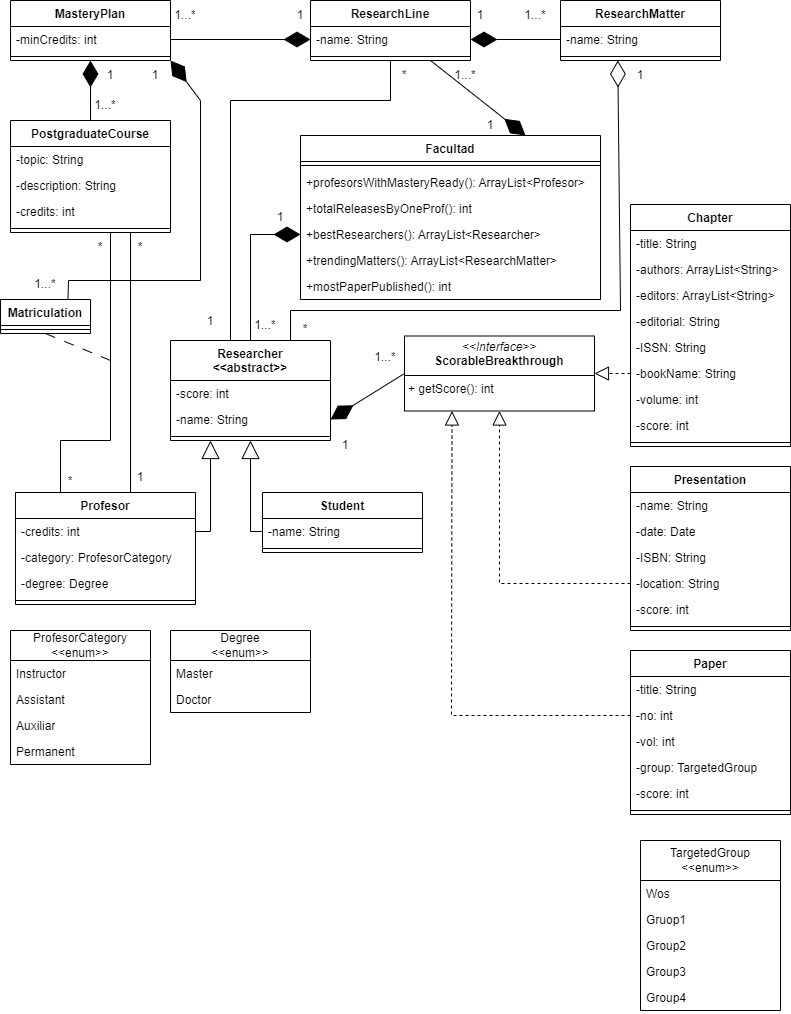
Earlier version of the draw.io export dpoo_final_project_diagram.drawio.png (mbrianp05/dpoo-final-project). Source tidied: cells renumbered, new cells last; positions are measured from the earlier drawing's top-left corner, leaving out a move shared by most shapes.
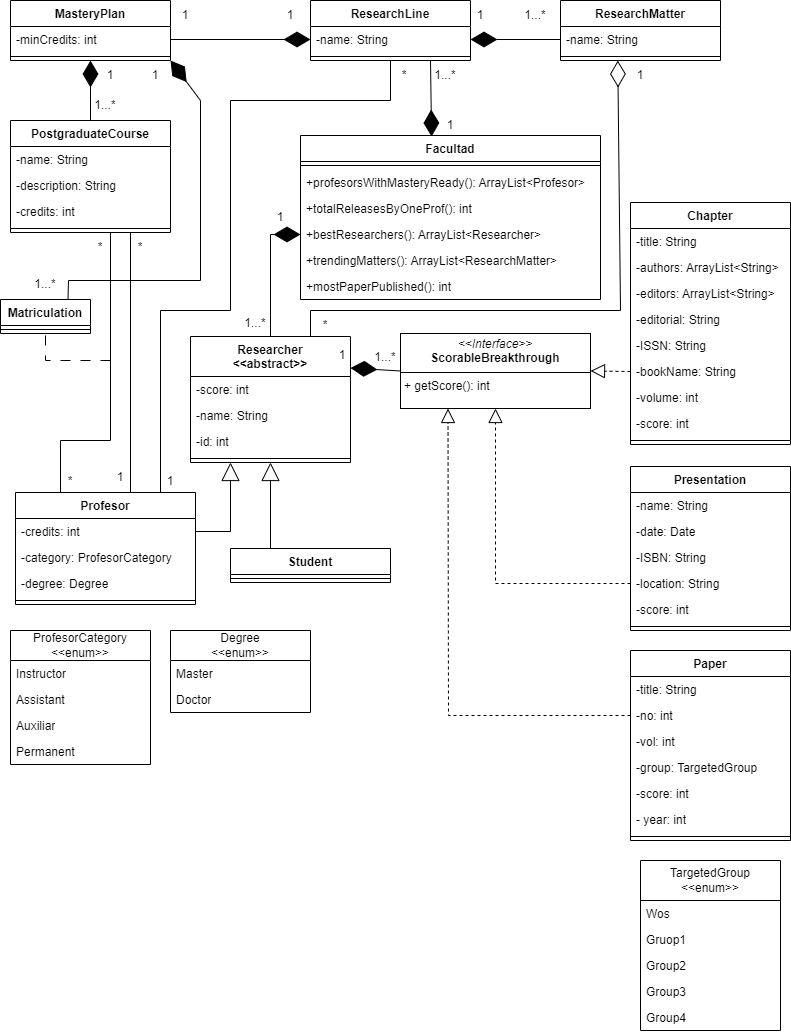
The same file after the commit.

Commit message:
Update classes diagram

What changed in the source:
```diff
@@ -42,7 +42,7 @@
       <mxGeometry y="52" width="160" height="8" as="geometry" />
     </mxCell>
     <mxCell id="15" value="Researcher&lt;div&gt;&amp;lt;&amp;lt;abstract&amp;gt;&amp;gt;&lt;/div&gt;" style="swimlane;fontStyle=1;align=center;verticalAlign=top;horizontal=1;startSize=40;whiteSpace=wrap;html=1;" parent="1" vertex="1">
-      <mxGeometry x="170" y="340" width="160" height="100" as="geometry" />
+      <mxGeometry x="190" y="336" width="160" height="126" as="geometry" />
     </mxCell>
     <mxCell id="16" value="-score: int" style="text;strokeColor=none;fillColor=none;align=left;verticalAlign=top;spacingLeft=4;spacingRight=4;overflow=hidden;whiteSpace=wrap;html=1;" parent="15" vertex="1">
       <mxGeometry y="40" width="160" height="26" as="geometry" />
@@ -50,17 +50,17 @@
     <mxCell id="17" value="-name: String" style="text;strokeColor=none;fillColor=none;align=left;verticalAlign=top;spacingLeft=4;spacingRight=4;overflow=hidden;points=[[0,0.5],[1,0.5]];portConstraint=eastwest;whiteSpace=wrap;html=1;" parent="15" vertex="1">
       <mxGeometry y="66" width="160" height="26" as="geometry" />
     </mxCell>
+    <mxCell id="115" value="-id: int" style="text;strokeColor=none;fillColor=none;align=left;verticalAlign=top;spacingLeft=4;spacingRight=4;overflow=hidden;whiteSpace=wrap;html=1;" parent="15" vertex="1">
+      <mxGeometry y="92" width="160" height="26" as="geometry" />
+    </mxCell>
     <mxCell id="18" style="line;strokeWidth=1;fillColor=none;align=left;verticalAlign=middle;spacingTop=-1;spacingLeft=3;spacingRight=3;labelPosition=right;strokeColor=inherit;" parent="15" vertex="1">
-      <mxGeometry y="92" width="160" height="8" as="geometry" />
+      <mxGeometry y="118" width="160" height="8" as="geometry" />
     </mxCell>
     <mxCell id="19" value="Student" style="swimlane;fontStyle=1;align=center;verticalAlign=top;horizontal=1;startSize=26;whiteSpace=wrap;html=1;" parent="1" vertex="1">
-      <mxGeometry x="262" y="492" width="160" height="60" as="geometry" />
+      <mxGeometry x="230" y="548" width="160" height="34" as="geometry" />
     </mxCell>
-    <mxCell id="20" value="-name: String" style="text;strokeColor=none;fillColor=none;align=left;verticalAlign=top;spacingLeft=4;spacingRight=4;overflow=hidden;points=[[0,0.5],[1,0.5]];portConstraint=eastwest;whiteSpace=wrap;html=1;" parent="19" vertex="1">
-      <mxGeometry y="26" width="160" height="26" as="geometry" />
-    </mxCell>
     <mxCell id="21" style="line;strokeWidth=1;fillColor=none;align=left;verticalAlign=middle;spacingTop=-1;spacingLeft=3;spacingRight=3;labelPosition=right;strokeColor=inherit;" parent="19" vertex="1">
-      <mxGeometry y="52" width="160" height="8" as="geometry" />
+      <mxGeometry y="26" width="160" height="8" as="geometry" />
     </mxCell>
     <mxCell id="22" value="Profesor" style="swimlane;fontStyle=1;align=center;verticalAlign=top;horizontal=1;startSize=26;whiteSpace=wrap;html=1;" parent="1" vertex="1">
       <mxGeometry x="15" y="492" width="180" height="112" as="geometry" />
@@ -78,7 +78,7 @@
       <mxGeometry y="104" width="180" height="8" as="geometry" />
     </mxCell>
     <mxCell id="27" value="Chapter" style="swimlane;fontStyle=1;align=center;verticalAlign=top;horizontal=1;startSize=26;whiteSpace=wrap;html=1;" parent="1" vertex="1">
-      <mxGeometry x="630" y="204" width="160" height="242" as="geometry" />
+      <mxGeometry x="630" y="202" width="160" height="242" as="geometry" />
     </mxCell>
     <mxCell id="28" value="-title: String&lt;div&gt;&lt;br&gt;&lt;/div&gt;" style="text;strokeColor=none;fillColor=none;align=left;verticalAlign=top;spacingLeft=4;spacingRight=4;overflow=hidden;whiteSpace=wrap;html=1;" parent="27" vertex="1">
       <mxGeometry y="26" width="160" height="26" as="geometry" />
@@ -108,7 +108,7 @@
       <mxGeometry y="234" width="160" height="8" as="geometry" />
     </mxCell>
     <mxCell id="37" value="Paper" style="swimlane;fontStyle=1;align=center;verticalAlign=top;horizontal=1;startSize=26;whiteSpace=wrap;html=1;" parent="1" vertex="1">
-      <mxGeometry x="630" y="650" width="160" height="164" as="geometry" />
+      <mxGeometry x="630" y="650" width="160" height="190" as="geometry" />
     </mxCell>
     <mxCell id="38" value="-title: String" style="text;strokeColor=none;fillColor=none;align=left;verticalAlign=top;spacingLeft=4;spacingRight=4;overflow=hidden;whiteSpace=wrap;html=1;" parent="37" vertex="1">
       <mxGeometry y="26" width="160" height="26" as="geometry" />
@@ -125,8 +125,11 @@
     <mxCell id="42" value="-score: int" style="text;strokeColor=none;fillColor=none;align=left;verticalAlign=top;spacingLeft=4;spacingRight=4;overflow=hidden;whiteSpace=wrap;html=1;" parent="37" vertex="1">
       <mxGeometry y="130" width="160" height="26" as="geometry" />
     </mxCell>
+    <mxCell id="116" value="- year: int" style="text;strokeColor=none;fillColor=none;align=left;verticalAlign=top;spacingLeft=4;spacingRight=4;overflow=hidden;whiteSpace=wrap;html=1;" parent="37" vertex="1">
+      <mxGeometry y="156" width="160" height="26" as="geometry" />
+    </mxCell>
     <mxCell id="43" style="line;strokeWidth=1;fillColor=none;align=left;verticalAlign=middle;spacingTop=-1;spacingLeft=3;spacingRight=3;labelPosition=right;strokeColor=inherit;" parent="37" vertex="1">
-      <mxGeometry y="156" width="160" height="8" as="geometry" />
+      <mxGeometry y="182" width="160" height="8" as="geometry" />
     </mxCell>
     <mxCell id="44" value="Presentation" style="swimlane;fontStyle=1;align=center;verticalAlign=top;horizontal=1;startSize=26;whiteSpace=wrap;html=1;" parent="1" vertex="1">
       <mxGeometry x="630" y="466" width="160" height="164" as="geometry" />
@@ -161,7 +164,7 @@
     <mxCell id="54" value="PostgraduateCourse" style="swimlane;fontStyle=1;align=center;verticalAlign=top;horizontal=1;startSize=26;whiteSpace=wrap;html=1;" parent="1" vertex="1">
       <mxGeometry x="10" y="120" width="160" height="112" as="geometry" />
     </mxCell>
-    <mxCell id="55" value="-topic: String" style="text;strokeColor=none;fillColor=none;align=left;verticalAlign=top;spacingLeft=4;spacingRight=4;overflow=hidden;whiteSpace=wrap;html=1;" parent="54" vertex="1">
+    <mxCell id="55" value="-name: String" style="text;strokeColor=none;fillColor=none;align=left;verticalAlign=top;spacingLeft=4;spacingRight=4;overflow=hidden;whiteSpace=wrap;html=1;" parent="54" vertex="1">
       <mxGeometry y="26" width="160" height="26" as="geometry" />
     </mxCell>
     <mxCell id="56" value="-description: String" style="text;strokeColor=none;fillColor=none;align=left;verticalAlign=top;spacingLeft=4;spacingRight=4;overflow=hidden;whiteSpace=wrap;html=1;" parent="54" vertex="1">
@@ -174,7 +177,7 @@
       <mxGeometry y="104" width="160" height="8" as="geometry" />
     </mxCell>
     <mxCell id="59" value="TargetedGroup&lt;div&gt;&amp;lt;&amp;lt;enum&amp;gt;&amp;gt;&lt;/div&gt;" style="swimlane;fontStyle=0;horizontal=1;startSize=40;fillColor=none;whiteSpace=wrap;html=1;" parent="1" vertex="1">
-      <mxGeometry x="640" y="840" width="140" height="170" as="geometry" />
+      <mxGeometry x="640" y="860" width="140" height="170" as="geometry" />
     </mxCell>
     <mxCell id="60" value="Wos" style="text;strokeColor=none;fillColor=none;align=left;verticalAlign=top;spacingLeft=4;spacingRight=4;overflow=hidden;whiteSpace=wrap;html=1;" parent="59" vertex="1">
       <mxGeometry y="40" width="140" height="26" as="geometry" />
@@ -218,17 +221,12 @@
     <mxCell id="73" style="endArrow=diamondThin;endFill=1;endSize=24;html=1;rounded=0;exitX=0.5;exitY=0;exitDx=0;exitDy=0;entryX=0;entryY=0.5;entryDx=0;entryDy=0;" parent="1" edge="1" source="15" target="6">
       <mxGeometry relative="1" as="geometry">
         <Array as="points">
-          <mxPoint x="250" y="234" />
+          <mxPoint x="270" y="234" />
         </Array>
       </mxGeometry>
     </mxCell>
-    <mxCell id="74" style="endArrow=block;endSize=16;endFill=0;html=1;rounded=0;exitX=0;exitY=0.5;exitDx=0;exitDy=0;" parent="1" edge="1" source="20">
-      <mxGeometry relative="1" as="geometry">
-        <mxPoint x="250" y="440" as="targetPoint" />
-        <Array as="points">
-          <mxPoint x="250" y="531" />
-        </Array>
-      </mxGeometry>
+    <mxCell id="74" style="endArrow=block;endSize=16;endFill=0;html=1;rounded=0;exitX=0.25;exitY=0;exitDx=0;exitDy=0;entryX=0.5;entryY=1;entryDx=0;entryDy=0;" parent="1" edge="1" source="19" target="15">
+      <mxGeometry relative="1" as="geometry" />
     </mxCell>
     <mxCell id="75" style="endArrow=diamondThin;endFill=1;endSize=24;html=1;rounded=0;exitX=0.5;exitY=0;exitDx=0;exitDy=0;entryX=0.5;entryY=1;entryDx=0;entryDy=0;" parent="1" edge="1" source="54" target="51">
       <mxGeometry relative="1" as="geometry" />
@@ -246,10 +244,12 @@
     <mxCell id="78" style="endArrow=diamondThin;endFill=1;endSize=24;html=1;rounded=0;entryX=1;entryY=0.5;entryDx=0;entryDy=0;exitX=0;exitY=0.5;exitDx=0;exitDy=0;" parent="1" edge="1" source="13" target="10">
       <mxGeometry relative="1" as="geometry" />
     </mxCell>
-    <mxCell id="79" style="endArrow=none;html=1;edgeStyle=orthogonalEdgeStyle;rounded=0;exitX=0.25;exitY=0;exitDx=0;exitDy=0;entryX=0.5;entryY=1;entryDx=0;entryDy=0;" parent="1" edge="1" source="15" target="9">
+    <mxCell id="79" style="endArrow=none;html=1;edgeStyle=orthogonalEdgeStyle;rounded=0;exitX=0.75;exitY=0;exitDx=0;exitDy=0;entryX=0.5;entryY=1;entryDx=0;entryDy=0;" parent="1" edge="1" source="22" target="9">
       <mxGeometry relative="1" as="geometry">
         <Array as="points">
-          <mxPoint x="230" y="340" />
+          <mxPoint x="160" y="492" />
+          <mxPoint x="160" y="310" />
+          <mxPoint x="230" y="310" />
           <mxPoint x="230" y="100" />
           <mxPoint x="390" y="100" />
         </Array>
@@ -258,7 +258,7 @@
     <mxCell id="80" style="endArrow=diamondThin;endFill=0;endSize=24;html=1;rounded=0;exitX=0.75;exitY=0;exitDx=0;exitDy=0;entryX=0.358;entryY=1;entryDx=0;entryDy=0;entryPerimeter=0;" parent="1" edge="1" source="15" target="14">
       <mxGeometry relative="1" as="geometry">
         <Array as="points">
-          <mxPoint x="290" y="310" />
+          <mxPoint x="310" y="310" />
           <mxPoint x="620" y="310" />
         </Array>
       </mxGeometry>
@@ -266,7 +266,7 @@
     <mxCell id="81" style="endArrow=block;endSize=16;endFill=0;html=1;rounded=0;exitX=1;exitY=0.5;exitDx=0;exitDy=0;entryX=0.25;entryY=1;entryDx=0;entryDy=0;" parent="1" edge="1" source="23" target="15">
       <mxGeometry x="-0.01" relative="1" as="geometry">
         <Array as="points">
-          <mxPoint x="210" y="531" />
+          <mxPoint x="230" y="531" />
         </Array>
       </mxGeometry>
     </mxCell>
@@ -277,17 +277,14 @@
       <mxGeometry x="520" width="30" height="30" as="geometry" />
     </mxCell>
     <mxCell id="84" value="1" style="text;html=1;align=center;verticalAlign=middle;whiteSpace=wrap;rounded=0;" parent="1" vertex="1">
-      <mxGeometry x="290" width="20" height="30" as="geometry" />
+      <mxGeometry x="280" width="20" height="30" as="geometry" />
     </mxCell>
-    <mxCell id="85" value="1...*" style="text;html=1;align=center;verticalAlign=middle;whiteSpace=wrap;rounded=0;" parent="1" vertex="1">
+    <mxCell id="85" value="1" style="text;html=1;align=center;verticalAlign=middle;whiteSpace=wrap;rounded=0;" parent="1" vertex="1">
       <mxGeometry x="170" width="30" height="30" as="geometry" />
     </mxCell>
     <mxCell id="86" value="*" style="text;html=1;align=center;verticalAlign=middle;whiteSpace=wrap;rounded=0;" parent="1" vertex="1">
       <mxGeometry x="386" y="60" width="36" height="30" as="geometry" />
     </mxCell>
-    <mxCell id="87" value="1" style="text;html=1;align=center;verticalAlign=middle;whiteSpace=wrap;rounded=0;" parent="1" vertex="1">
-      <mxGeometry x="195" y="305.5" width="30" height="30" as="geometry" />
-    </mxCell>
     <mxCell id="88" value="1" style="text;html=1;align=center;verticalAlign=middle;whiteSpace=wrap;rounded=0;" parent="1" vertex="1">
       <mxGeometry x="100" y="60" width="20" height="30" as="geometry" />
     </mxCell>
@@ -298,40 +295,40 @@
       <mxGeometry x="130" y="232" width="20" height="30" as="geometry" />
     </mxCell>
     <mxCell id="91" value="1" style="text;html=1;align=center;verticalAlign=middle;whiteSpace=wrap;rounded=0;" parent="1" vertex="1">
-      <mxGeometry x="130" y="462" width="20" height="30" as="geometry" />
+      <mxGeometry x="110" y="462" width="20" height="30" as="geometry" />
     </mxCell>
     <mxCell id="92" value="1" style="text;html=1;align=center;verticalAlign=middle;whiteSpace=wrap;rounded=0;" parent="1" vertex="1">
       <mxGeometry x="630" y="60" width="20" height="30" as="geometry" />
     </mxCell>
     <mxCell id="93" value="*" style="text;html=1;align=center;verticalAlign=middle;whiteSpace=wrap;rounded=0;" parent="1" vertex="1">
-      <mxGeometry x="290" y="314" width="30" height="30" as="geometry" />
+      <mxGeometry x="310" y="310" width="30" height="30" as="geometry" />
     </mxCell>
     <mxCell id="94" value="1...*" style="text;html=1;align=center;verticalAlign=middle;whiteSpace=wrap;rounded=0;" parent="1" vertex="1">
-      <mxGeometry x="250" y="310" width="30" height="30" as="geometry" />
+      <mxGeometry x="240" y="308" width="30" height="30" as="geometry" />
     </mxCell>
     <mxCell id="95" value="1" style="text;html=1;align=center;verticalAlign=middle;whiteSpace=wrap;rounded=0;" parent="1" vertex="1">
       <mxGeometry x="270" y="202" width="20" height="30" as="geometry" />
     </mxCell>
-    <mxCell id="96" style="endArrow=diamondThin;endFill=1;endSize=24;html=1;rounded=0;exitX=0.75;exitY=1;exitDx=0;exitDy=0;entryX=0.75;entryY=0;entryDx=0;entryDy=0;" parent="1" edge="1" source="9" target="2">
+    <mxCell id="96" style="endArrow=diamondThin;endFill=1;endSize=24;html=1;rounded=0;exitX=0.75;exitY=1;exitDx=0;exitDy=0;entryX=0.437;entryY=0.006;entryDx=0;entryDy=0;entryPerimeter=0;" parent="1" edge="1" source="9" target="2">
       <mxGeometry relative="1" as="geometry" />
     </mxCell>
     <mxCell id="97" value="1" style="text;html=1;align=center;verticalAlign=middle;whiteSpace=wrap;rounded=0;" parent="1" vertex="1">
-      <mxGeometry x="480" y="110" width="20" height="30" as="geometry" />
+      <mxGeometry x="440" y="110" width="20" height="30" as="geometry" />
     </mxCell>
     <mxCell id="98" value="1...*" style="text;html=1;align=center;verticalAlign=middle;whiteSpace=wrap;rounded=0;" parent="1" vertex="1">
-      <mxGeometry x="450" y="60" width="30" height="30" as="geometry" />
+      <mxGeometry x="430" y="60" width="30" height="30" as="geometry" />
     </mxCell>
     <mxCell id="99" value="&lt;p style=&quot;margin:0px;margin-top:4px;text-align:center;&quot;&gt;&lt;i&gt;&amp;lt;&amp;lt;Interface&amp;gt;&amp;gt;&lt;/i&gt;&lt;br&gt;&lt;b&gt;ScorableBreakthrough&lt;/b&gt;&lt;/p&gt;&lt;hr size=&quot;1&quot; style=&quot;border-style:solid;&quot;&gt;&lt;p style=&quot;margin:0px;margin-left:4px;&quot;&gt;+ getScore(): int&lt;br&gt;&lt;/p&gt;" style="verticalAlign=top;align=left;overflow=fill;html=1;whiteSpace=wrap;" parent="1" vertex="1">
-      <mxGeometry x="404" y="335.5" width="190" height="75" as="geometry" />
+      <mxGeometry x="400" y="333" width="190" height="75" as="geometry" />
     </mxCell>
     <mxCell id="100" style="endArrow=block;dashed=1;endFill=0;endSize=12;html=1;rounded=0;entryX=1;entryY=0.5;entryDx=0;entryDy=0;exitX=0;exitY=0.5;exitDx=0;exitDy=0;" parent="1" edge="1" source="33" target="99">
       <mxGeometry relative="1" as="geometry" />
     </mxCell>
-    <mxCell id="101" style="endArrow=diamondThin;endFill=1;endSize=24;html=1;rounded=0;entryX=1;entryY=0.5;entryDx=0;entryDy=0;exitX=0;exitY=0.5;exitDx=0;exitDy=0;" parent="1" edge="1" source="99" target="17">
+    <mxCell id="101" style="endArrow=diamondThin;endFill=1;endSize=24;html=1;rounded=0;entryX=1;entryY=0.25;entryDx=0;entryDy=0;exitX=0;exitY=0.5;exitDx=0;exitDy=0;" parent="1" edge="1" source="99" target="15">
       <mxGeometry relative="1" as="geometry" />
     </mxCell>
     <mxCell id="102" value="1" style="text;html=1;align=center;verticalAlign=middle;whiteSpace=wrap;rounded=0;" parent="1" vertex="1">
-      <mxGeometry x="330" y="430" width="30" height="30" as="geometry" />
+      <mxGeometry x="327" y="340" width="30" height="30" as="geometry" />
     </mxCell>
     <mxCell id="103" value="1...*" style="text;html=1;align=center;verticalAlign=middle;whiteSpace=wrap;rounded=0;" parent="1" vertex="1">
       <mxGeometry x="370" y="342" width="30" height="30" as="geometry" />
@@ -339,14 +336,14 @@
     <mxCell id="104" style="endArrow=block;dashed=1;endFill=0;endSize=12;html=1;rounded=0;entryX=0.5;entryY=1;entryDx=0;entryDy=0;exitX=0;exitY=0.5;exitDx=0;exitDy=0;" parent="1" edge="1" source="48" target="99">
       <mxGeometry relative="1" as="geometry">
         <Array as="points">
-          <mxPoint x="499" y="583" />
+          <mxPoint x="495" y="583" />
         </Array>
       </mxGeometry>
     </mxCell>
     <mxCell id="105" style="endArrow=block;dashed=1;endFill=0;endSize=12;html=1;rounded=0;entryX=0.25;entryY=1;entryDx=0;entryDy=0;exitX=0;exitY=0.5;exitDx=0;exitDy=0;" parent="1" edge="1" source="39" target="99">
       <mxGeometry relative="1" as="geometry">
         <Array as="points">
-          <mxPoint x="451" y="715" />
+          <mxPoint x="448" y="715" />
         </Array>
       </mxGeometry>
     </mxCell>
@@ -374,6 +371,9 @@
     <mxCell id="111" style="endArrow=none;startArrow=none;endFill=0;startFill=0;endSize=8;html=1;verticalAlign=bottom;dashed=1;labelBackgroundColor=none;dashPattern=10 10;rounded=0;entryX=0.5;entryY=1;entryDx=0;entryDy=0;" parent="1" edge="1" target="106">
       <mxGeometry relative="1" as="geometry">
         <mxPoint x="110" y="360" as="sourcePoint" />
+        <Array as="points">
+          <mxPoint x="45" y="360" />
+        </Array>
       </mxGeometry>
     </mxCell>
     <mxCell id="112" style="endArrow=diamondThin;endFill=1;endSize=24;html=1;rounded=0;exitX=0.75;exitY=0;exitDx=0;exitDy=0;entryX=1;entryY=1;entryDx=0;entryDy=0;" parent="1" edge="1" source="106" target="51">
@@ -391,5 +391,8 @@
     <mxCell id="114" value="1" style="text;html=1;align=center;verticalAlign=middle;whiteSpace=wrap;rounded=0;" parent="1" vertex="1">
       <mxGeometry x="140" y="60" width="30" height="30" as="geometry" />
     </mxCell>
+    <mxCell id="87" value="1" style="text;html=1;align=center;verticalAlign=middle;whiteSpace=wrap;rounded=0;" parent="1" vertex="1">
+      <mxGeometry x="160" y="466" width="20" height="30" as="geometry" />
+    </mxCell>
   </root>
 </mxGraphModel>
```
